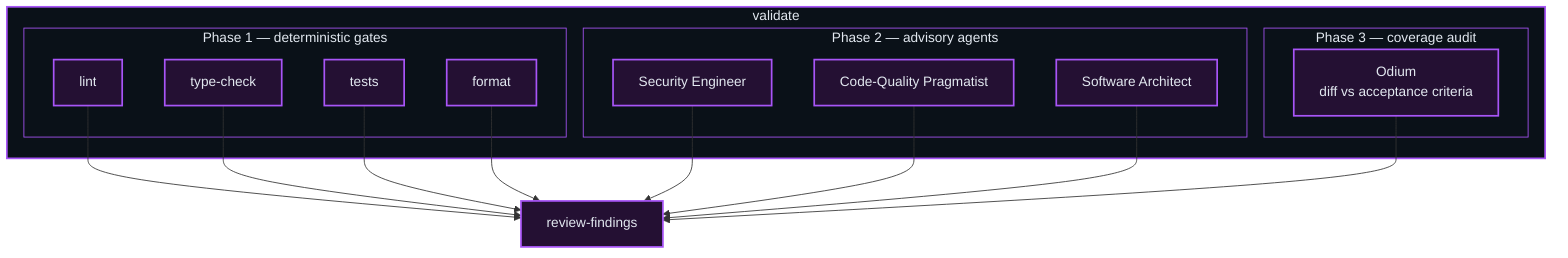
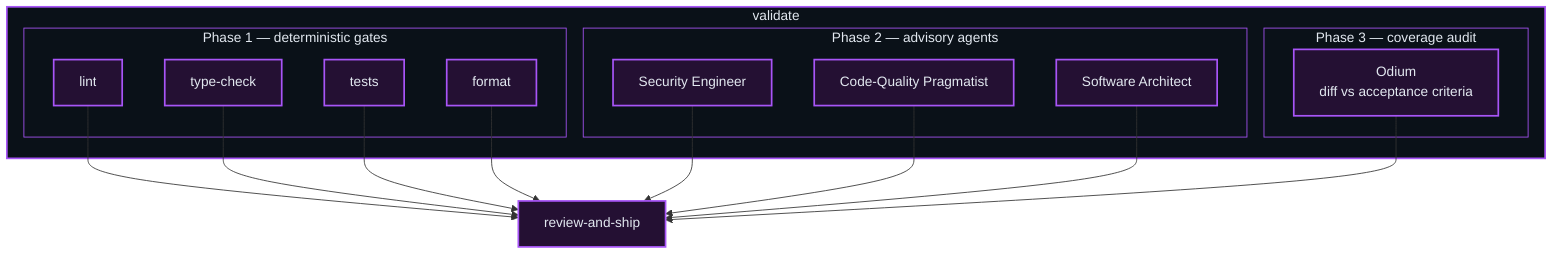
flowchart TB
  subgraph validate["validate"]
    subgraph p1["Phase 1 — deterministic gates"]
      lint["lint"]
      types["type-check"]
      tests["tests"]
      fmt["format"]
    end
    subgraph p2["Phase 2 — advisory agents"]
      sec["Security Engineer"]
      cq["Code-Quality Pragmatist"]
      arch["Software Architect"]
    end
    subgraph p3["Phase 3 — coverage audit"]
      odium["Odium<br/>diff vs acceptance criteria"]
    end
  end
-   findings["review-findings"]
+   findings["review-and-ship"]
  lint --> findings
  types --> findings
  tests --> findings
  fmt --> findings
  sec --> findings
  cq --> findings
  arch --> findings
  odium --> findings

  classDef verify fill:#241033,stroke:#a855f7,stroke-width:2px,color:#e2e8f0;
  class lint,types,tests,fmt,sec,cq,arch,odium,findings verify;
  style validate fill:#0a1118,stroke:#a855f7,stroke-width:2px,color:#e2e8f0;
  style p1 fill:#0a1118,stroke:#a855f7,stroke-width:1px,color:#e2e8f0;
  style p2 fill:#0a1118,stroke:#a855f7,stroke-width:1px,color:#e2e8f0;
  style p3 fill:#0a1118,stroke:#a855f7,stroke-width:1px,color:#e2e8f0;
